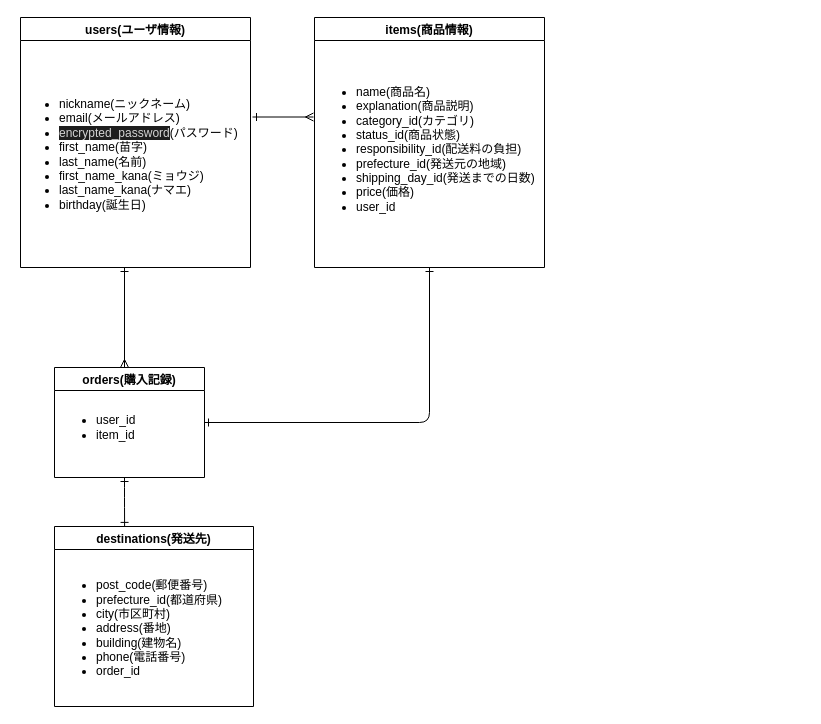
This is test.dio from naoya1215/furima-37272, a draw.io file, before an edit. Source tidied: cells renumbered, new cells numbered last; positions are measured from the earlier drawing's top-left corner, leaving out a move shared by most shapes. Both pictures are drawn from the tidied source at 100%, with x=0, y=0 at pixel (17, 17).
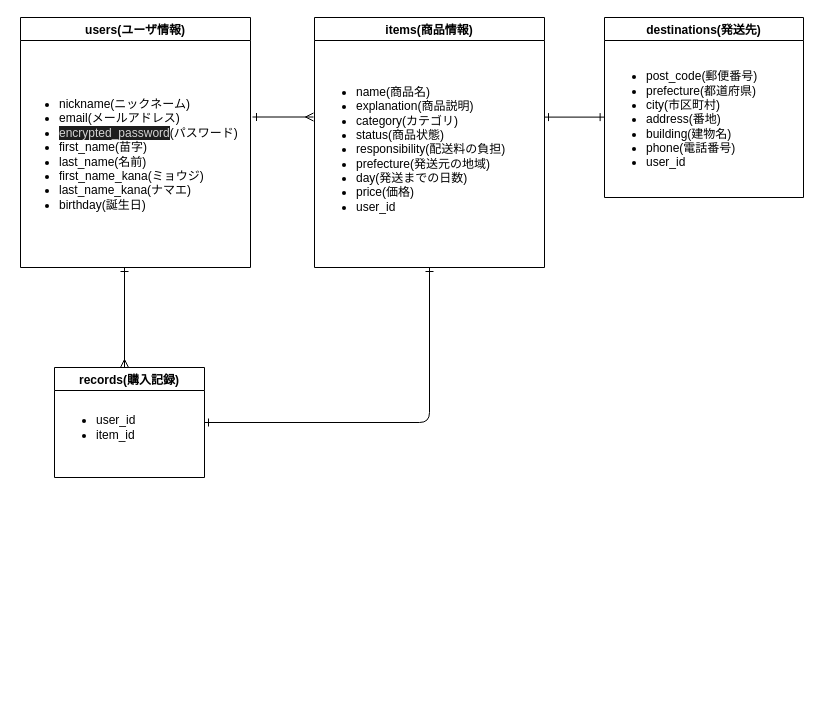
After the change.

What changed in the source:
```diff
@@
 <mxGraphModel>
   <root>
     <mxCell id="0" />
     <mxCell id="1" parent="0" />
     <mxCell id="2" value="users(ユーザ情報)" style="swimlane;" parent="1" vertex="1">
       <mxGeometry x="3" width="230" height="250" as="geometry" />
     </mxCell>
     <mxCell id="3" value="&lt;ul&gt;&lt;li&gt;nickname(ニックネーム)&lt;/li&gt;&lt;li&gt;email(メールアドレス)&lt;/li&gt;&lt;li&gt;&lt;span style=&quot;background-color: rgb(30 , 30 , 30) ; color: rgb(212 , 212 , 212)&quot;&gt;encrypted_password&lt;/span&gt;(パスワード)&lt;/li&gt;&lt;li&gt;first_name(苗字)&lt;/li&gt;&lt;li&gt;last_name(名前)&lt;/li&gt;&lt;li&gt;first_name_kana(ミョウジ)&lt;/li&gt;&lt;li&gt;last_name_kana(ナマエ)&lt;/li&gt;&lt;li&gt;birthday(誕生日)&lt;/li&gt;&lt;/ul&gt;" style="text;strokeColor=none;fillColor=none;html=1;whiteSpace=wrap;verticalAlign=middle;overflow=hidden;" parent="2" vertex="1">
       <mxGeometry x="-3" y="23" width="230" height="227" as="geometry" />
     </mxCell>
     <mxCell id="4" value="items(商品情報)" style="swimlane;fillColor=none;" parent="1" vertex="1">
       <mxGeometry x="297" width="230" height="250" as="geometry" />
     </mxCell>
-    <mxCell id="5" value="&lt;ul&gt;&lt;li&gt;name(商品名)&lt;/li&gt;&lt;li&gt;explanation(商品説明)&lt;br&gt;&lt;/li&gt;&lt;li&gt;category_id(カテゴリ)&lt;br&gt;&lt;/li&gt;&lt;li&gt;status_id(商品状態)&lt;/li&gt;&lt;li&gt;responsibility_id(配送料の負担)&lt;/li&gt;&lt;li&gt;prefecture_id(発送元の地域)&lt;/li&gt;&lt;li&gt;shipping_day_id(発送までの日数)&lt;/li&gt;&lt;li&gt;price(価格)&lt;/li&gt;&lt;li&gt;user_id&lt;/li&gt;&lt;/ul&gt;" style="text;strokeColor=none;fillColor=none;html=1;whiteSpace=wrap;verticalAlign=middle;overflow=hidden;" parent="4" vertex="1">
+    <mxCell id="5" value="&lt;ul&gt;&lt;li&gt;name(商品名)&lt;/li&gt;&lt;li&gt;explanation(商品説明)&lt;br&gt;&lt;/li&gt;&lt;li&gt;category(カテゴリ)&lt;br&gt;&lt;/li&gt;&lt;li&gt;status(商品状態)&lt;/li&gt;&lt;li&gt;responsibility(配送料の負担)&lt;/li&gt;&lt;li&gt;prefecture(発送元の地域)&lt;/li&gt;&lt;li&gt;day(発送までの日数)&lt;/li&gt;&lt;li&gt;price(価格)&lt;/li&gt;&lt;li&gt;user_id&lt;/li&gt;&lt;/ul&gt;" style="text;strokeColor=none;fillColor=none;html=1;whiteSpace=wrap;verticalAlign=middle;overflow=hidden;" parent="4" vertex="1">
       <mxGeometry y="23" width="230" height="217" as="geometry" />
     </mxCell>
-    <mxCell id="6" value="orders(購入記録)" style="swimlane;fillColor=none;" parent="1" vertex="1">
+    <mxCell id="6" value="records(購入記録)" style="swimlane;fillColor=none;" parent="1" vertex="1">
       <mxGeometry x="37" y="350" width="150" height="110" as="geometry" />
     </mxCell>
     <mxCell id="7" value="&lt;ul&gt;&lt;li&gt;&lt;span&gt;user_id&lt;/span&gt;&lt;br&gt;&lt;/li&gt;&lt;li&gt;item_id&lt;/li&gt;&lt;/ul&gt;" style="text;strokeColor=none;fillColor=none;html=1;whiteSpace=wrap;verticalAlign=middle;overflow=hidden;" parent="6" vertex="1">
       <mxGeometry y="21.5" width="140" height="77" as="geometry" />
     </mxCell>
     <mxCell id="8" value="destinations(発送先)" style="swimlane;fillColor=none;startSize=23;" parent="1" vertex="1">
-      <mxGeometry x="37" y="509" width="199" height="180" as="geometry" />
+      <mxGeometry x="587" width="199" height="180" as="geometry" />
     </mxCell>
-    <mxCell id="9" value="&lt;ul&gt;&lt;li&gt;post_code(郵便番号)&lt;/li&gt;&lt;li&gt;prefecture_id(都道府県)&lt;br&gt;&lt;/li&gt;&lt;li&gt;city(市区町村)&lt;/li&gt;&lt;li&gt;address(番地)&lt;/li&gt;&lt;li&gt;building(建物名)&lt;/li&gt;&lt;li&gt;phone(電話番号)&lt;/li&gt;&lt;li&gt;order_id&lt;/li&gt;&lt;/ul&gt;" style="text;strokeColor=none;fillColor=none;html=1;whiteSpace=wrap;verticalAlign=middle;overflow=hidden;" parent="8" vertex="1">
+    <mxCell id="9" value="&lt;ul&gt;&lt;li&gt;post_code(郵便番号)&lt;/li&gt;&lt;li&gt;prefecture(都道府県)&lt;br&gt;&lt;/li&gt;&lt;li&gt;city(市区町村)&lt;/li&gt;&lt;li&gt;address(番地)&lt;/li&gt;&lt;li&gt;building(建物名)&lt;/li&gt;&lt;li&gt;phone(電話番号)&lt;/li&gt;&lt;li&gt;user_id&lt;/li&gt;&lt;/ul&gt;" style="text;strokeColor=none;fillColor=none;html=1;whiteSpace=wrap;verticalAlign=middle;overflow=hidden;" parent="8" vertex="1">
       <mxGeometry y="23" width="180" height="157" as="geometry" />
     </mxCell>
     <mxCell id="10" style="edgeStyle=none;html=1;entryX=1.013;entryY=0.357;entryDx=0;entryDy=0;endArrow=ERone;endFill=0;startArrow=ERmany;startFill=0;entryPerimeter=0;" parent="1" edge="1">
       <mxGeometry relative="1" as="geometry">
         <mxPoint x="296" y="99.5" as="sourcePoint" />
         <mxPoint x="235" y="99.5" as="targetPoint" />
       </mxGeometry>
     </mxCell>
     <mxCell id="11" style="edgeStyle=none;html=1;endArrow=ERone;endFill=0;startArrow=ERmany;startFill=0;exitX=0.426;exitY=0;exitDx=0;exitDy=0;exitPerimeter=0;" parent="1" edge="1">
       <mxGeometry relative="1" as="geometry">
         <mxPoint x="107" y="350" as="sourcePoint" />
         <mxPoint x="107" y="250" as="targetPoint" />
       </mxGeometry>
     </mxCell>
     <mxCell id="12" style="edgeStyle=none;html=1;endArrow=ERone;endFill=0;startArrow=ERone;startFill=0;exitX=1;exitY=0.5;exitDx=0;exitDy=0;entryX=0.5;entryY=1;entryDx=0;entryDy=0;" parent="1" edge="1" source="6" target="4">
       <mxGeometry relative="1" as="geometry">
         <Array as="points">
           <mxPoint x="412" y="405" />
         </Array>
       </mxGeometry>
     </mxCell>
-    <mxCell id="13" style="edgeStyle=none;html=1;endArrow=ERone;endFill=0;startArrow=ERone;startFill=0;entryX=0.342;entryY=-0.006;entryDx=0;entryDy=0;entryPerimeter=0;" parent="1" edge="1">
-      <mxGeometry relative="1" as="geometry">
-        <mxPoint x="107" y="460" as="sourcePoint" />
-        <mxPoint x="107.1" y="508.9" as="targetPoint" />
-        <Array as="points">
-          <mxPoint x="107" y="480" />
-        </Array>
-      </mxGeometry>
+    <mxCell id="13" style="edgeStyle=none;html=1;endArrow=ERone;endFill=0;startArrow=ERone;startFill=0;exitX=-0.002;exitY=0.488;exitDx=0;exitDy=0;entryX=1;entryY=0.353;entryDx=0;entryDy=0;entryPerimeter=0;exitPerimeter=0;" parent="1" edge="1" source="9" target="5">
+      <mxGeometry relative="1" as="geometry" />
     </mxCell>
   </root>
 </mxGraphModel>
```
